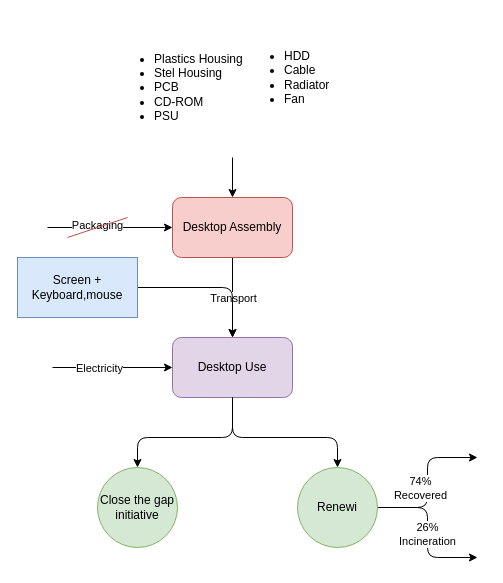
This is page "Desktop" (2 of 7) of process/hardware_KUL.drawio from Tfloow/Ecodesign, a draw.io file, before an edit. Source tidied: cells renumbered, new cells numbered last; positions are measured from the earlier drawing's top-left corner, leaving out a move shared by most shapes. Both pictures are drawn from the tidied source at 100%, with x=0, y=0 at pixel (17, 17).
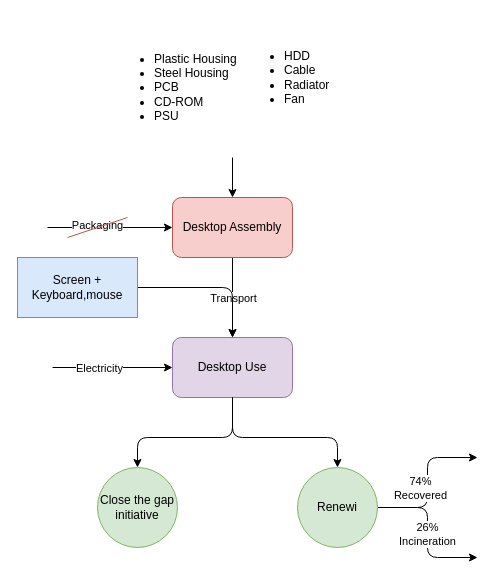
The same diagram, later.

What changed in the source:
```diff
@@
-    <mxCell id="6" value="&lt;ul&gt;&lt;li&gt;Plastics Housing&lt;/li&gt;&lt;li&gt;Stel Housing&lt;/li&gt;&lt;li&gt;PCB&lt;/li&gt;&lt;li&gt;CD-ROM&lt;/li&gt;&lt;li&gt;PSU&lt;/li&gt;&lt;/ul&gt;" style="text;html=1;align=left;verticalAlign=middle;strokeColor=none;fillColor=none;" parent="1" vertex="1">
+    <mxCell id="6" value="&lt;ul&gt;&lt;li&gt;Plastic Housing&lt;/li&gt;&lt;li&gt;Steel Housing&lt;/li&gt;&lt;li&gt;PCB&lt;/li&gt;&lt;li&gt;CD-ROM&lt;/li&gt;&lt;li&gt;PSU&lt;/li&gt;&lt;/ul&gt;" style="text;html=1;align=left;verticalAlign=middle;strokeColor=none;fillColor=none;" parent="1" vertex="1">
       <mxGeometry x="95" width="150" height="140" as="geometry" />
     </mxCell>
```
